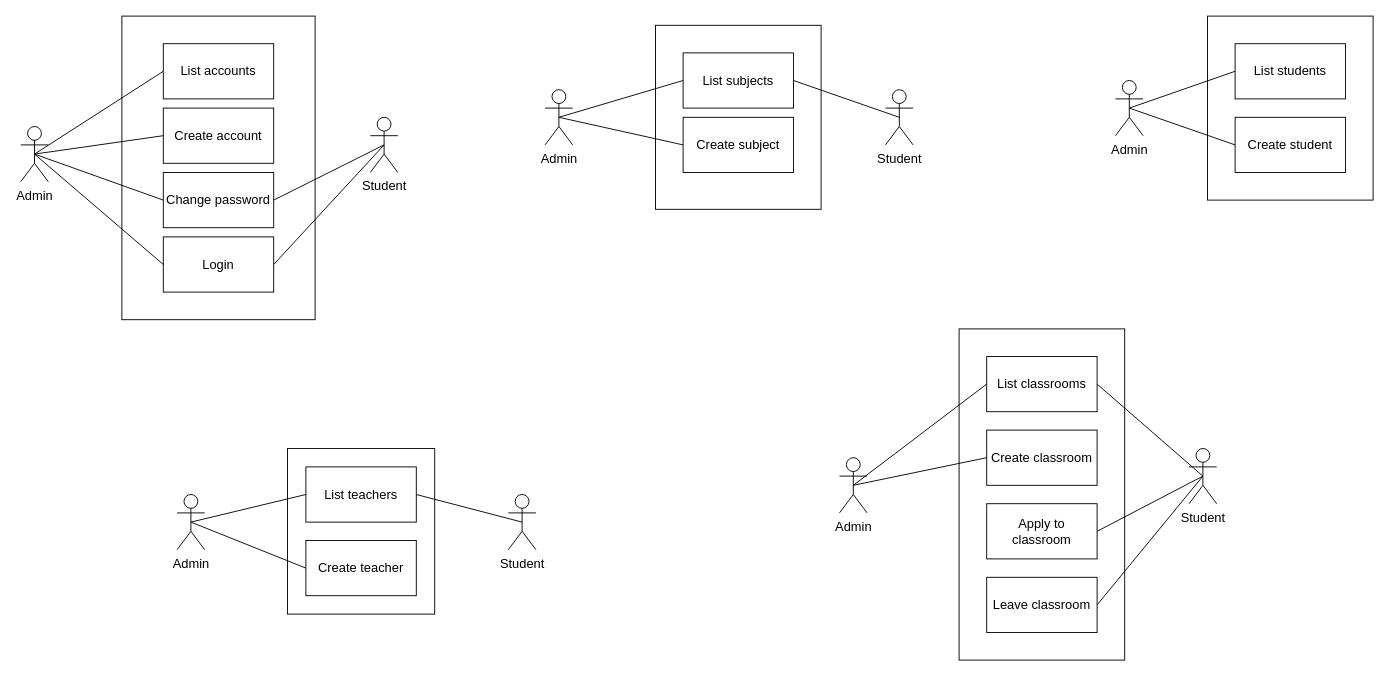
Before: page "Usecase" (1 of 2) of design.drawio in phuongbv00/aptech_crm, a draw.io diagram. Source tidied: cells renumbered, new cells numbered last; positions are measured from the earlier drawing's top-left corner, leaving out a move shared by most shapes. Both pictures are drawn from the tidied source at 92%, with x=0, y=0 at pixel (20, 16).
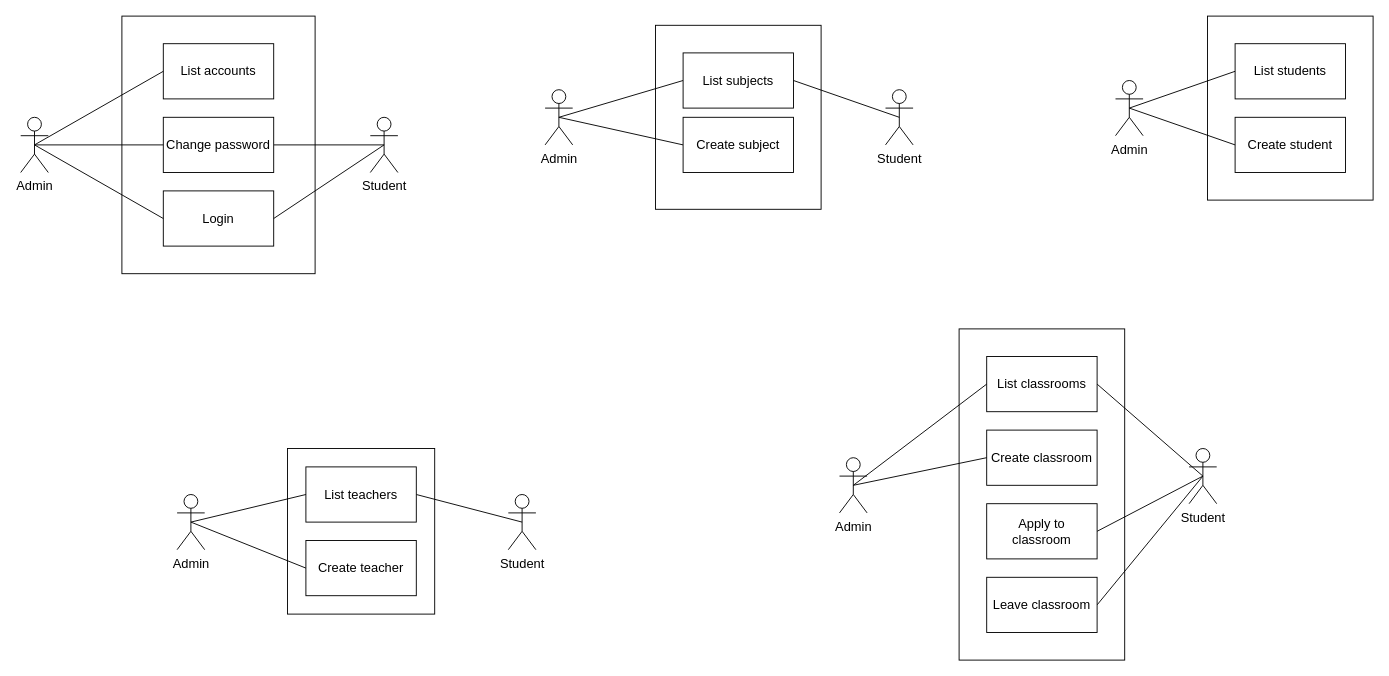
The same diagram, later.

Diff of the diagram source:
```diff
@@
     <mxCell id="5" style="rounded=0;whiteSpace=wrap;html=1;fontSize=14;" parent="1" vertex="1">
-      <mxGeometry x="110" width="210" height="330" as="geometry" />
+      <mxGeometry x="110" width="210" height="280" as="geometry" />
     </mxCell>
@@
     <mxCell id="7" value="Login" style="rounded=0;whiteSpace=wrap;html=1;fontSize=14;" parent="1" vertex="1">
-      <mxGeometry x="155" y="240" width="120" height="60" as="geometry" />
+      <mxGeometry x="155" y="190" width="120" height="60" as="geometry" />
     </mxCell>
@@
-    <mxCell id="24" value="Create account" style="rounded=0;whiteSpace=wrap;html=1;fontSize=14;" parent="1" vertex="1">
-      <mxGeometry x="155" y="100" width="120" height="60" as="geometry" />
-    </mxCell>
     <mxCell id="25" value="Change password" style="rounded=0;whiteSpace=wrap;html=1;fontSize=14;" parent="1" vertex="1">
-      <mxGeometry x="155" y="170" width="120" height="60" as="geometry" />
+      <mxGeometry x="155" y="110" width="120" height="60" as="geometry" />
     </mxCell>
@@
-    <mxCell id="29" style="edgeStyle=none;rounded=0;jettySize=auto;html=1;exitX=0.5;exitY=0.5;exitDx=0;exitDy=0;exitPerimeter=0;entryX=0;entryY=0.5;entryDx=0;entryDy=0;endArrow=none;endFill=0;fontSize=14;" parent="1" edge="1" source="32" target="24">
-      <mxGeometry relative="1" as="geometry" />
-    </mxCell>
@@
     <mxCell id="32" value="Admin" style="shape=umlActor;verticalLabelPosition=bottom;verticalAlign=top;html=1;outlineConnect=0;fontSize=14;" parent="1" vertex="1">
-      <mxGeometry y="120" width="30" height="60" as="geometry" />
+      <mxGeometry y="110" width="30" height="60" as="geometry" />
     </mxCell>
```
